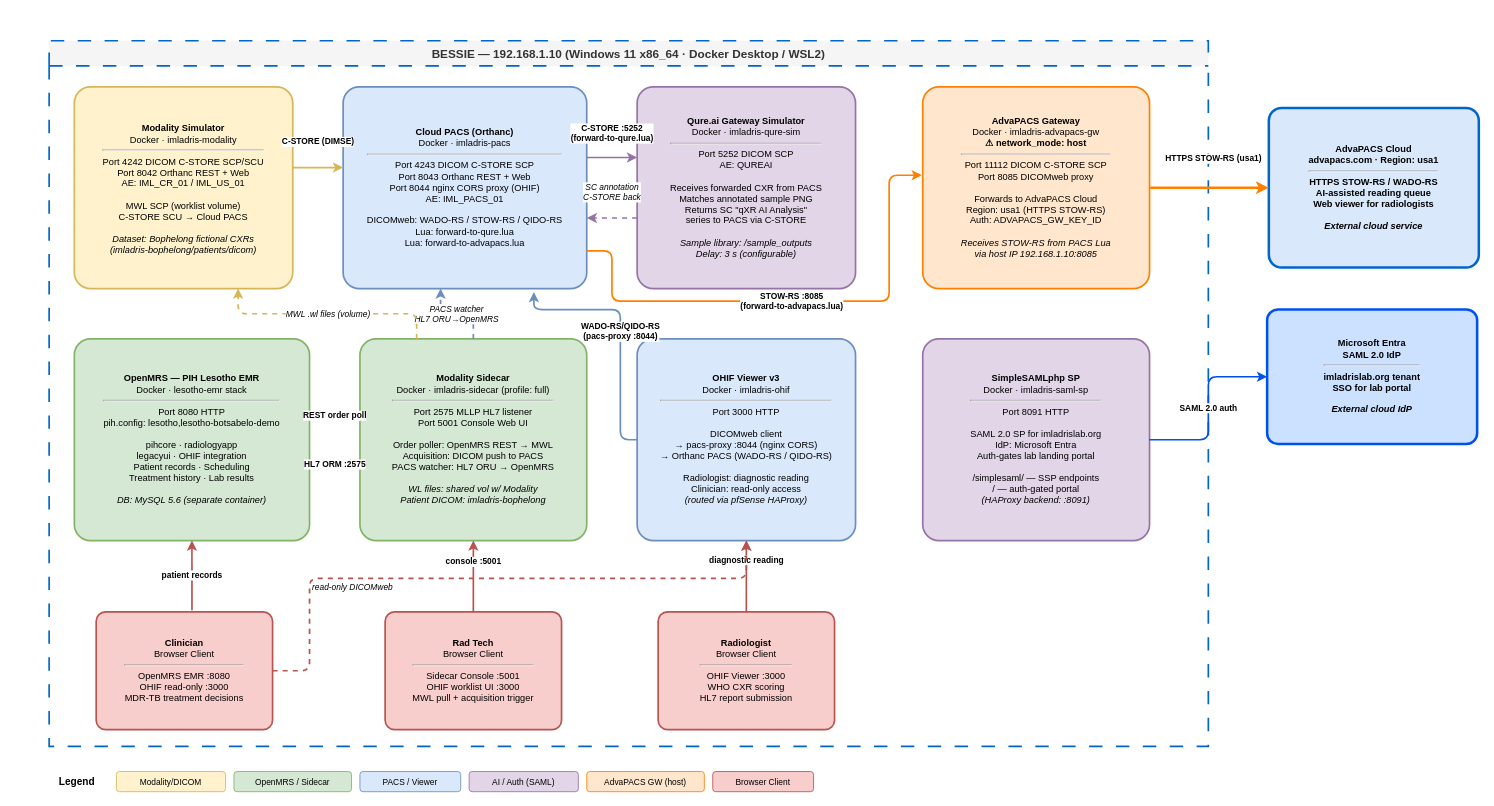
Above: page "Virtual Integration Lab" (1 of 2) of docs/imladris-architecture.drawio in jwalbers/imladris (draw.io), before the change. Source tidied: cells renumbered, new cells numbered last; positions are measured from the earlier drawing's top-left corner, leaving out a move shared by most shapes. Both pictures are drawn from the tidied source at 84%, with x=0, y=0 at pixel (49, 40). Pictures stored in the file or linked from it are replaced by grey dashed boxes.
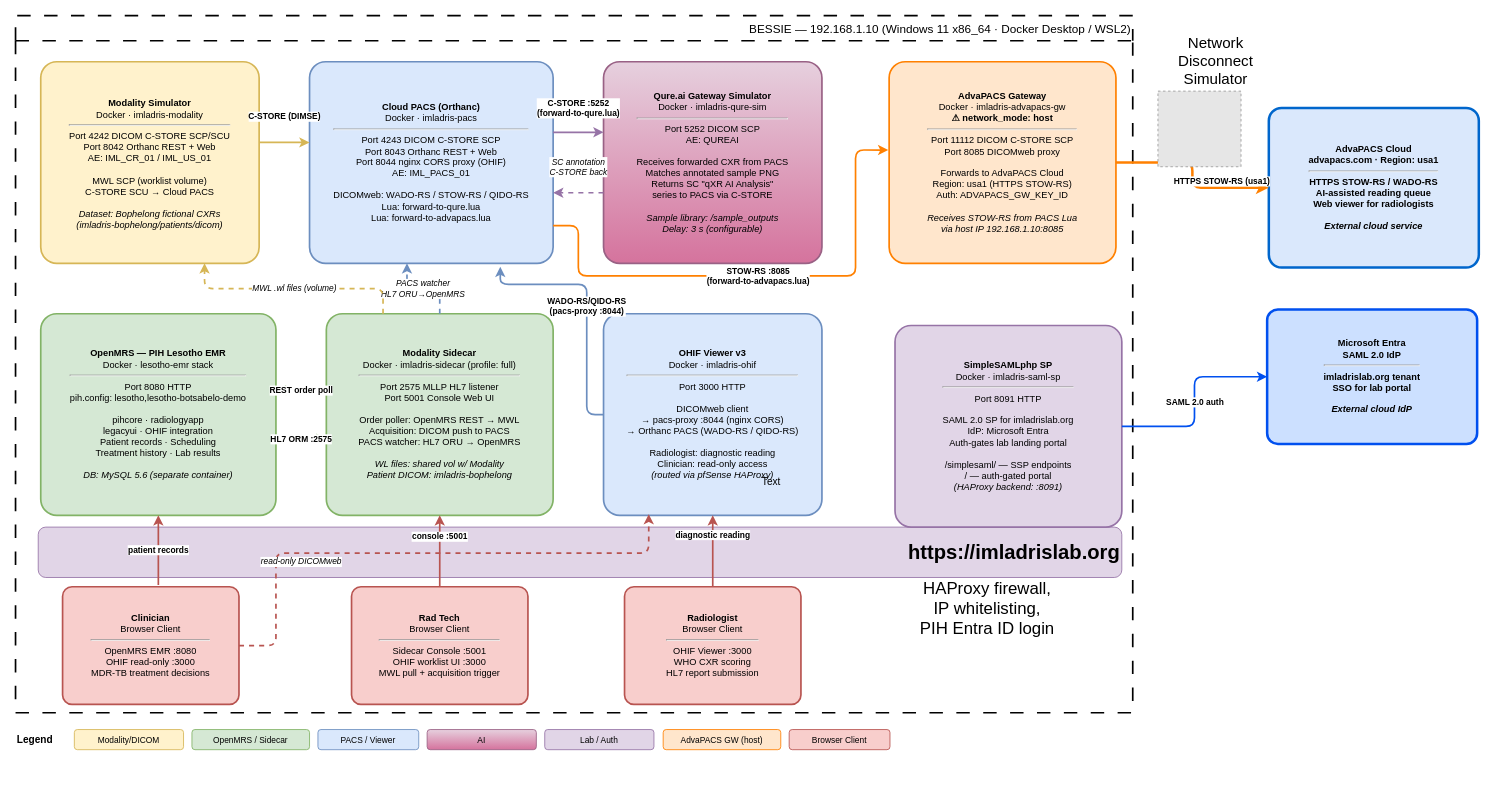
Above is the later version.

Commit message:
Update for current lab config

Unchanged cells that the change refers to:
```xml
<mxCell id="9" value="&lt;b&gt;OHIF Viewer v3&lt;/b&gt;&lt;br&gt;Docker · imladris-ohif&lt;br&gt;&lt;hr/&gt;Port 3000 HTTP&lt;br&gt;&lt;br&gt;DICOMweb client&lt;br&gt;→ pacs-proxy :8044 (nginx CORS)&lt;br&gt;→ Orthanc PACS (WADO-RS / QIDO-RS)&lt;br&gt;&lt;br&gt;Radiologist: diagnostic reading&lt;br&gt;Clinician: read-only access&lt;br&gt;&lt;i&gt;(routed via pfSense HAProxy)&lt;/i&gt;" style="rounded=1;whiteSpace=wrap;html=1;fillColor=#dae8fc;strokeColor=#6c8ebf;strokeWidth=2;fontSize=11;align=center;verticalAlign=middle;arcSize=8;" parent="2" vertex="1">
  <mxGeometry x="700" y="355" width="260" height="240" as="geometry" />
</mxCell>
<mxCell id="13" value="&lt;b&gt;Clinician&lt;/b&gt;&lt;br&gt;Browser Client&lt;br&gt;&lt;hr/&gt;OpenMRS EMR :8080&lt;br&gt;OHIF read-only :3000&lt;br&gt;MDR-TB treatment decisions" style="rounded=1;whiteSpace=wrap;html=1;fillColor=#f8cecc;strokeColor=#b85450;strokeWidth=2;fontSize=11;align=center;verticalAlign=middle;arcSize=8;" parent="2" vertex="1">
  <mxGeometry x="56" y="680" width="210" height="140" as="geometry" />
</mxCell>
```

What changed in the source:
```diff
@@
-    <mxCell id="2" value="BESSIE — 192.168.1.10 (Windows 11 x86_64 · Docker Desktop / WSL2)" style="swimlane;startSize=30;fillColor=#f5f5f5;strokeColor=#0066CC;strokeWidth=2;dashed=1;dashPattern=8 8;fontSize=14;fontStyle=1;fontColor=#333333;swimlaneLine=1;" parent="1" vertex="1">
-      <mxGeometry width="1380" height="840" as="geometry" />
+    <mxCell id="2" value="BESSIE — 192.168.1.10 (Windows 11 x86_64 · Docker Desktop / WSL2)" style="swimlane;startSize=30;fillColor=none;strokeWidth=2;dashed=1;dashPattern=8 8;fontSize=14;fontStyle=0;swimlaneLine=1;align=right;" parent="1" vertex="1">
+      <mxGeometry x="-40" y="-30" width="1330" height="830" as="geometry" />
     </mxCell>
+    <mxCell id="38" value="https://imladrislab.org" style="rounded=1;whiteSpace=wrap;html=1;fillColor=#e1d5e7;strokeColor=#9673a6;fontStyle=1;fontSize=24;align=right;" parent="2" vertex="1">
+      <mxGeometry x="27" y="609" width="1290" height="60" as="geometry" />
+    </mxCell>
@@
-    <mxCell id="5" value="&lt;b&gt;Qure.ai Gateway Simulator&lt;/b&gt;&lt;br&gt;Docker · imladris-qure-sim&lt;br&gt;&lt;hr/&gt;Port 5252 DICOM SCP&lt;br&gt;AE: QUREAI&lt;br&gt;&lt;br&gt;Receives forwarded CXR from PACS&lt;br&gt;Matches annotated sample PNG&lt;br&gt;Returns SC &amp;quot;qXR AI Analysis&amp;quot;&lt;br&gt;series to PACS via C-STORE&lt;br&gt;&lt;br&gt;&lt;i&gt;Sample library: /sample_outputs&lt;br&gt;Delay: 3 s (configurable)&lt;/i&gt;" style="rounded=1;whiteSpace=wrap;html=1;fillColor=#e1d5e7;strokeColor=#9673a6;strokeWidth=2;fontSize=11;align=center;verticalAlign=middle;arcSize=8;" parent="2" vertex="1">
+    <mxCell id="5" value="&lt;b&gt;Qure.ai Gateway Simulator&lt;/b&gt;&lt;br&gt;Docker · imladris-qure-sim&lt;br&gt;&lt;hr/&gt;Port 5252 DICOM SCP&lt;br&gt;AE: QUREAI&lt;br&gt;&lt;br&gt;Receives forwarded CXR from PACS&lt;br&gt;Matches annotated sample PNG&lt;br&gt;Returns SC &amp;quot;qXR AI Analysis&amp;quot;&lt;br&gt;series to PACS via C-STORE&lt;br&gt;&lt;br&gt;&lt;i&gt;Sample library: /sample_outputs&lt;br&gt;Delay: 3 s (configurable)&lt;/i&gt;" style="rounded=1;whiteSpace=wrap;html=1;fillColor=#e6d0de;strokeColor=#996185;strokeWidth=2;fontSize=11;align=center;verticalAlign=middle;arcSize=8;gradientColor=#d5739d;" parent="2" vertex="1">
       <mxGeometry x="700" y="55" width="260" height="240" as="geometry" />
     </mxCell>
@@
     <mxCell id="10" value="&lt;b&gt;SimpleSAMLphp SP&lt;/b&gt;&lt;br&gt;Docker · imladris-saml-sp&lt;br&gt;&lt;hr/&gt;Port 8091 HTTP&lt;br&gt;&lt;br&gt;SAML 2.0 SP for imladrislab.org&lt;br&gt;IdP: Microsoft Entra&lt;br&gt;Auth-gates lab landing portal&lt;br&gt;&lt;br&gt;/simplesaml/ — SSP endpoints&lt;br&gt;/             — auth-gated portal&lt;br&gt;&lt;i&gt;(HAProxy backend: :8091)&lt;/i&gt;" style="rounded=1;whiteSpace=wrap;html=1;fillColor=#e1d5e7;strokeColor=#9673a6;strokeWidth=2;fontSize=11;align=center;verticalAlign=middle;arcSize=8;" parent="2" vertex="1">
-      <mxGeometry x="1040" y="355" width="270" height="240" as="geometry" />
+      <mxGeometry x="1047" y="369" width="270" height="240" as="geometry" />
     </mxCell>
@@
-    <mxCell id="25" value="read-only DICOMweb" style="edgeStyle=orthogonalEdgeStyle;html=1;strokeColor=#b85450;strokeWidth=2;dashed=1;fontSize=10;fontStyle=2;exitX=1;exitY=0.5;exitDx=0;exitDy=0;entryX=0.5;entryY=1;entryDx=0;entryDy=0;" parent="2" edge="1" source="13" target="9">
+    <mxCell id="25" value="read-only DICOMweb" style="edgeStyle=orthogonalEdgeStyle;html=1;strokeColor=#b85450;strokeWidth=2;dashed=1;fontSize=10;fontStyle=2;exitX=1;exitY=0.5;exitDx=0;exitDy=0;entryX=0.207;entryY=0.994;entryDx=0;entryDy=0;entryPerimeter=0;" parent="2" edge="1" source="13" target="9">
       <mxGeometry x="-0.43" y="-10" relative="1" as="geometry">
         <Array as="points">
           <mxPoint x="310" y="750" />
           <mxPoint x="310" y="640" />
-          <mxPoint x="830" y="640" />
+          <mxPoint x="754" y="640" />
         </Array>
       </mxGeometry>
     </mxCell>
@@
+    <mxCell id="39" value="&lt;font style=&quot;font-size: 20px;&quot;&gt;HAProxy firewall,&lt;/font&gt;&lt;div&gt;&lt;font style=&quot;font-size: 20px;&quot;&gt;IP whitelisting,&lt;/font&gt;&lt;/div&gt;&lt;div&gt;&lt;font style=&quot;font-size: 20px;&quot;&gt;PIH Entra ID login&lt;/font&gt;&lt;/div&gt;" style="text;html=1;whiteSpace=wrap;strokeColor=none;fillColor=none;align=center;verticalAlign=middle;rounded=0;" parent="2" vertex="1">
+      <mxGeometry x="997" y="690" width="320" height="30" as="geometry" />
+    </mxCell>
@@
     <mxCell id="31" value="Legend" style="text;html=1;strokeColor=none;fillColor=none;align=left;verticalAlign=middle;fontSize=12;fontStyle=1;" parent="1" vertex="1">
-      <mxGeometry x="10" y="870" width="60" height="24" as="geometry" />
+      <mxGeometry x="-40" y="820" width="60" height="24" as="geometry" />
     </mxCell>
     <mxCell id="32" value="Modality/DICOM" style="rounded=1;whiteSpace=wrap;html=1;fillColor=#fff2cc;strokeColor=#d6b656;fontSize=10;" parent="1" vertex="1">
-      <mxGeometry x="80" y="870" width="130" height="24" as="geometry" />
+      <mxGeometry x="30" y="820" width="130" height="24" as="geometry" />
     </mxCell>
     <mxCell id="33" value="OpenMRS / Sidecar" style="rounded=1;whiteSpace=wrap;html=1;fillColor=#d5e8d4;strokeColor=#82b366;fontSize=10;" parent="1" vertex="1">
-      <mxGeometry x="220" y="870" width="140" height="24" as="geometry" />
+      <mxGeometry x="170" y="820" width="140" height="24" as="geometry" />
     </mxCell>
     <mxCell id="34" value="PACS / Viewer" style="rounded=1;whiteSpace=wrap;html=1;fillColor=#dae8fc;strokeColor=#6c8ebf;fontSize=10;" parent="1" vertex="1">
-      <mxGeometry x="370" y="870" width="120" height="24" as="geometry" />
+      <mxGeometry x="320" y="820" width="120" height="24" as="geometry" />
     </mxCell>
-    <mxCell id="35" value="AI / Auth (SAML)" style="rounded=1;whiteSpace=wrap;html=1;fillColor=#e1d5e7;strokeColor=#9673a6;fontSize=10;" parent="1" vertex="1">
-      <mxGeometry x="500" y="870" width="130" height="24" as="geometry" />
+    <mxCell id="35" value="AI" style="rounded=1;whiteSpace=wrap;html=1;fillColor=#e6d0de;strokeColor=#996185;fontSize=10;gradientColor=#d5739d;" parent="1" vertex="1">
+      <mxGeometry x="450" y="820" width="130" height="24" as="geometry" />
     </mxCell>
     <mxCell id="36" value="AdvaPACS GW (host)" style="rounded=1;whiteSpace=wrap;html=1;fillColor=#FFE6CC;strokeColor=#FF8000;fontSize=10;" parent="1" vertex="1">
-      <mxGeometry x="640" y="870" width="140" height="24" as="geometry" />
+      <mxGeometry x="731" y="820" width="140" height="24" as="geometry" />
     </mxCell>
     <mxCell id="37" value="Browser Client" style="rounded=1;whiteSpace=wrap;html=1;fillColor=#f8cecc;strokeColor=#b85450;fontSize=10;" parent="1" vertex="1">
-      <mxGeometry x="790" y="870" width="120" height="24" as="geometry" />
+      <mxGeometry x="881" y="820" width="120" height="24" as="geometry" />
     </mxCell>
+    <mxCell id="40" style="fillColor=#E6E6E6;strokeColor=#999999;dashed=1;verticalLabelPosition=bottom;labelBackgroundColor=default;verticalAlign=top;" parent="1" vertex="1">
+      <mxGeometry x="1320" y="60" width="98.9" height="90" as="geometry" />
+    </mxCell>
+    <mxCell id="41" value="&lt;font style=&quot;font-size: 18px;&quot;&gt;Network Disconnect Simulator&lt;/font&gt;" style="text;html=1;whiteSpace=wrap;strokeColor=none;fillColor=none;align=center;verticalAlign=middle;rounded=0;" parent="1" vertex="1">
+      <mxGeometry x="1358.9" y="10" width="60" height="30" as="geometry" />
+    </mxCell>
+    <mxCell id="42" value="Lab / Auth" style="rounded=1;whiteSpace=wrap;html=1;fillColor=#e1d5e7;strokeColor=#9673a6;fontSize=10;" parent="1" vertex="1">
+      <mxGeometry x="590" y="820" width="130" height="24" as="geometry" />
+    </mxCell>
+    <mxCell id="43" value="Text" style="text;html=1;whiteSpace=wrap;strokeColor=none;fillColor=none;align=center;verticalAlign=middle;rounded=0;" parent="1" vertex="1">
+      <mxGeometry x="830" y="510" width="60" height="30" as="geometry" />
+    </mxCell>
```
